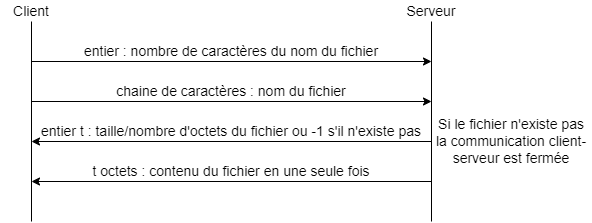
The draw.io diagram protocolEtape1.drawio.png in Yalkann/ProjetFTP, before a commit. Source tidied: cells renumbered, new cells last; positions are measured from the earlier drawing's top-left corner, leaving out a move shared by most shapes. Source of this version:
```xml
<mxGraphModel>
  <root>
    <mxCell id="0" />
    <mxCell id="1" parent="0" />
    <mxCell id="2" style="endArrow=none;html=1;rounded=0;" parent="1" edge="1">
      <mxGeometry relative="1" as="geometry">
        <mxPoint x="30" y="220" as="sourcePoint" />
        <mxPoint x="30" y="20" as="targetPoint" />
      </mxGeometry>
    </mxCell>
    <mxCell id="3" style="endArrow=none;html=1;rounded=0;" parent="1" edge="1">
      <mxGeometry relative="1" as="geometry">
        <mxPoint x="430" y="220" as="sourcePoint" />
        <mxPoint x="430" y="20" as="targetPoint" />
      </mxGeometry>
    </mxCell>
    <mxCell id="4" value="&lt;font style=&quot;font-size: 14px&quot;&gt;Client&lt;/font&gt;" style="text;html=1;strokeColor=none;fillColor=none;align=center;verticalAlign=middle;whiteSpace=wrap;rounded=0;" parent="1" vertex="1">
      <mxGeometry width="60" height="20" as="geometry" />
    </mxCell>
    <mxCell id="5" value="&lt;font style=&quot;font-size: 14px&quot;&gt;Serveur&lt;br&gt;&lt;/font&gt;" style="text;html=1;strokeColor=none;fillColor=none;align=center;verticalAlign=middle;whiteSpace=wrap;rounded=0;" parent="1" vertex="1">
      <mxGeometry x="400" width="60" height="20" as="geometry" />
    </mxCell>
    <mxCell id="6" style="endArrow=classic;html=1;rounded=0;fontSize=14;" parent="1" edge="1">
      <mxGeometry relative="1" as="geometry">
        <mxPoint x="30" y="60" as="sourcePoint" />
        <mxPoint x="430" y="60" as="targetPoint" />
      </mxGeometry>
    </mxCell>
    <mxCell id="7" value="entier : nombre de caractères du nom du fichier" style="text;html=1;strokeColor=none;fillColor=none;align=center;verticalAlign=middle;whiteSpace=wrap;rounded=0;fontSize=14;" parent="1" vertex="1">
      <mxGeometry x="30" y="40" width="400" height="20" as="geometry" />
    </mxCell>
    <mxCell id="8" style="endArrow=classic;html=1;rounded=0;fontSize=14;" parent="1" edge="1">
      <mxGeometry relative="1" as="geometry">
        <mxPoint x="30" y="100" as="sourcePoint" />
        <mxPoint x="430" y="100" as="targetPoint" />
      </mxGeometry>
    </mxCell>
    <mxCell id="9" value="chaine de caractères : nom du fichier" style="text;html=1;strokeColor=none;fillColor=none;align=center;verticalAlign=middle;whiteSpace=wrap;rounded=0;fontSize=14;" parent="1" vertex="1">
      <mxGeometry x="30" y="80" width="400" height="20" as="geometry" />
    </mxCell>
    <mxCell id="10" style="endArrow=classic;html=1;rounded=0;fontSize=14;" parent="1" edge="1">
      <mxGeometry relative="1" as="geometry">
        <mxPoint x="430" y="140" as="sourcePoint" />
        <mxPoint x="30" y="140" as="targetPoint" />
      </mxGeometry>
    </mxCell>
    <mxCell id="11" value="entier t : taille/nombre d'octets du fichier ou -1 s'il n'existe pas" style="text;html=1;strokeColor=none;fillColor=none;align=center;verticalAlign=middle;whiteSpace=wrap;rounded=0;fontSize=14;" parent="1" vertex="1">
      <mxGeometry x="30" y="120" width="400" height="20" as="geometry" />
    </mxCell>
    <mxCell id="12" style="endArrow=classic;html=1;rounded=0;fontSize=14;" parent="1" edge="1">
      <mxGeometry relative="1" as="geometry">
        <mxPoint x="430" y="180" as="sourcePoint" />
        <mxPoint x="30" y="180" as="targetPoint" />
      </mxGeometry>
    </mxCell>
    <mxCell id="13" value="t octets : contenu du fichier en une seule fois" style="text;html=1;strokeColor=none;fillColor=none;align=center;verticalAlign=middle;whiteSpace=wrap;rounded=0;fontSize=14;" parent="1" vertex="1">
      <mxGeometry x="30" y="160" width="400" height="20" as="geometry" />
    </mxCell>
    <mxCell id="14" value="Si le fichier n'existe pas la communication client-serveur est fermée" style="text;html=1;strokeColor=none;fillColor=none;align=center;verticalAlign=middle;whiteSpace=wrap;rounded=0;fontSize=14;" parent="1" vertex="1">
      <mxGeometry x="430" y="110" width="160" height="60" as="geometry" />
    </mxCell>
  </root>
</mxGraphModel>
```
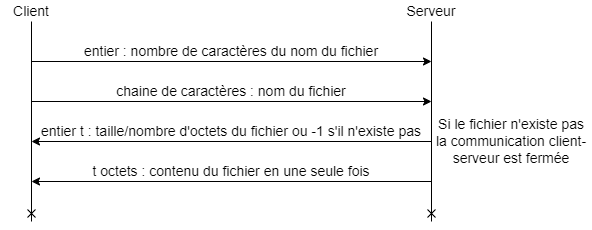
After the commit.

Change to the diagram source:
```diff
@@ -2,13 +2,13 @@
   <root>
     <mxCell id="0" />
     <mxCell id="1" parent="0" />
-    <mxCell id="2" style="endArrow=none;html=1;rounded=0;" parent="1" edge="1">
+    <mxCell id="2" style="endArrow=none;html=1;rounded=0;startArrow=cross;startFill=0;endFill=0;" parent="1" edge="1">
       <mxGeometry relative="1" as="geometry">
         <mxPoint x="30" y="220" as="sourcePoint" />
         <mxPoint x="30" y="20" as="targetPoint" />
       </mxGeometry>
     </mxCell>
-    <mxCell id="3" style="endArrow=none;html=1;rounded=0;" parent="1" edge="1">
+    <mxCell id="3" style="endArrow=none;html=1;rounded=0;endFill=0;startArrow=cross;startFill=0;" parent="1" edge="1">
       <mxGeometry relative="1" as="geometry">
         <mxPoint x="430" y="220" as="sourcePoint" />
         <mxPoint x="430" y="20" as="targetPoint" />
```
